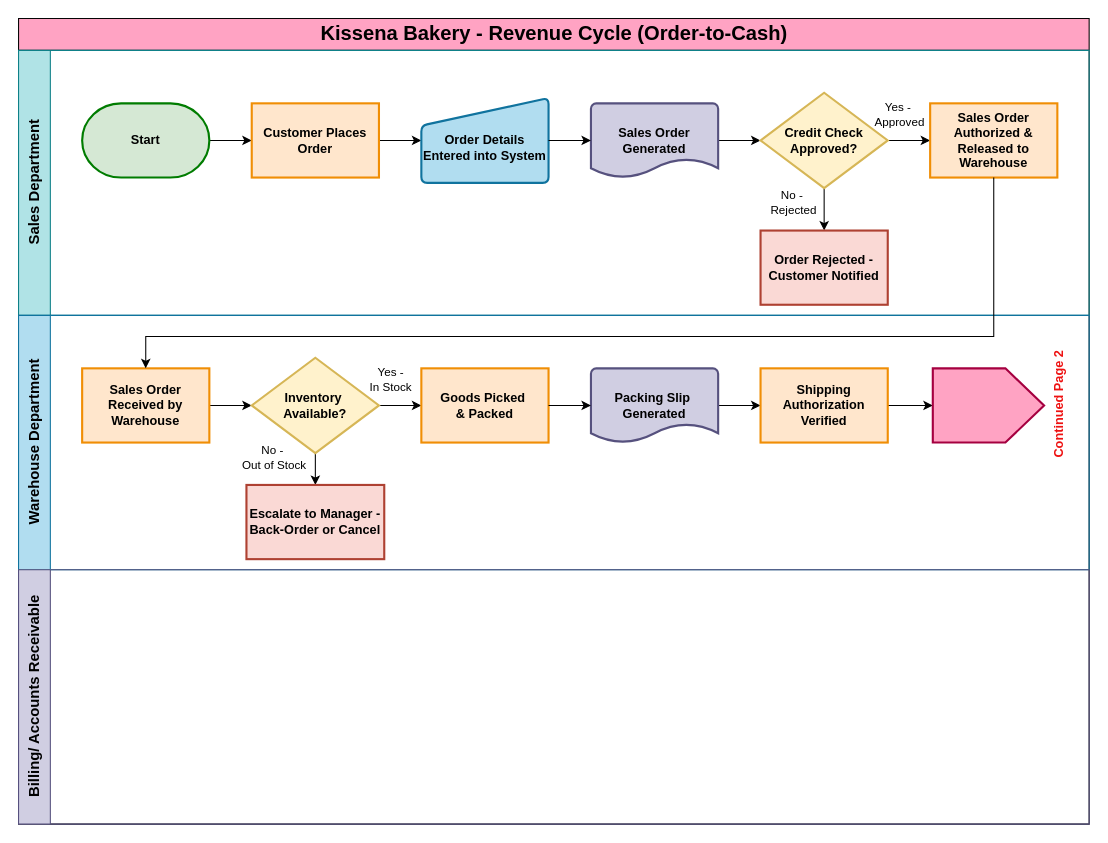
Before: page "Page-1" (1 of 2) of Revenue_Cycle_Controls.drawio in talyasharoni51-a11y/drawio, a draw.io diagram. Source tidied: cells renumbered, new cells numbered last; positions are measured from the earlier drawing's top-left corner, leaving out a move shared by most shapes. Both pictures are drawn from the tidied source at 106%, with x=0, y=0 at pixel (18, 18).
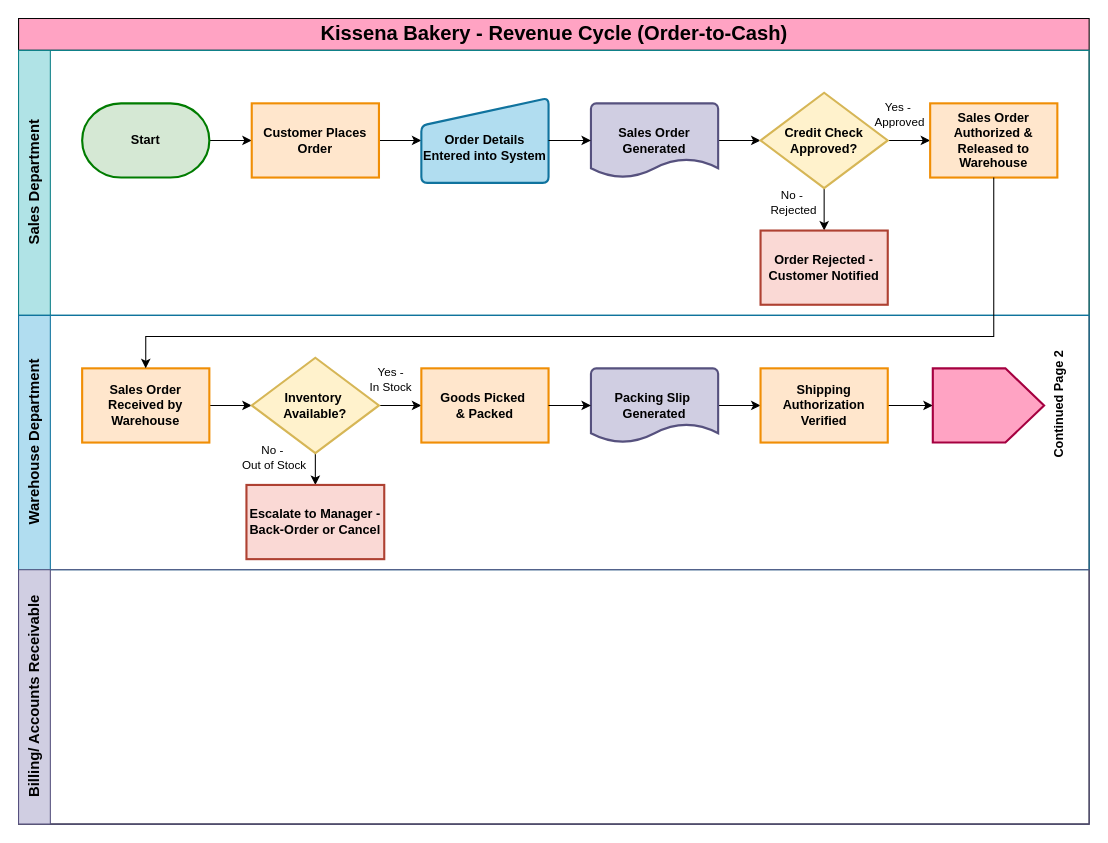
Above is the later version.

The change refers to these unchanged cells:
```xml
<mxCell id="19" value="&lt;font style=&quot;font-size: 14px;&quot;&gt;Warehouse Department&lt;/font&gt;" style="swimlane;startSize=30;horizontal=0;html=1;fillColor=#b1ddf0;strokeColor=#10739e;" parent="2" vertex="1">
  <mxGeometry y="280" width="1010" height="240" as="geometry" />
</mxCell>
```

Diff of the diagram source:
```diff
@@
-    <mxCell id="34" value="&lt;b&gt;&lt;font style=&quot;color: light-dark(rgb(238, 17, 17), rgb(237, 237, 237));&quot;&gt;Continued Page 2&lt;/font&gt;&lt;/b&gt;&lt;div&gt;&lt;br&gt;&lt;/div&gt;" style="verticalLabelPosition=bottom;verticalAlign=top;html=1;shape=offPageConnector;rounded=0;size=0.34782608695652173;rotation=-90;fillColor=light-dark(#ffa3c3, #ff90f3);fontColor=#ffffff;strokeColor=#A50040;strokeWidth=2;" parent="19" vertex="1">
+    <mxCell id="34" value="&lt;b&gt;&lt;font style=&quot;color: rgb(0, 0, 0);&quot;&gt;Continued Page 2&lt;/font&gt;&lt;/b&gt;&lt;div&gt;&lt;br&gt;&lt;/div&gt;" style="verticalLabelPosition=bottom;verticalAlign=top;html=1;shape=offPageConnector;rounded=0;size=0.34782608695652173;rotation=-90;fillColor=light-dark(#ffa3c3, #ff90f3);fontColor=#ffffff;strokeColor=#A50040;strokeWidth=2;" parent="19" vertex="1">
       <mxGeometry x="880" y="32.5" width="70" height="105" as="geometry" />
     </mxCell>
```
